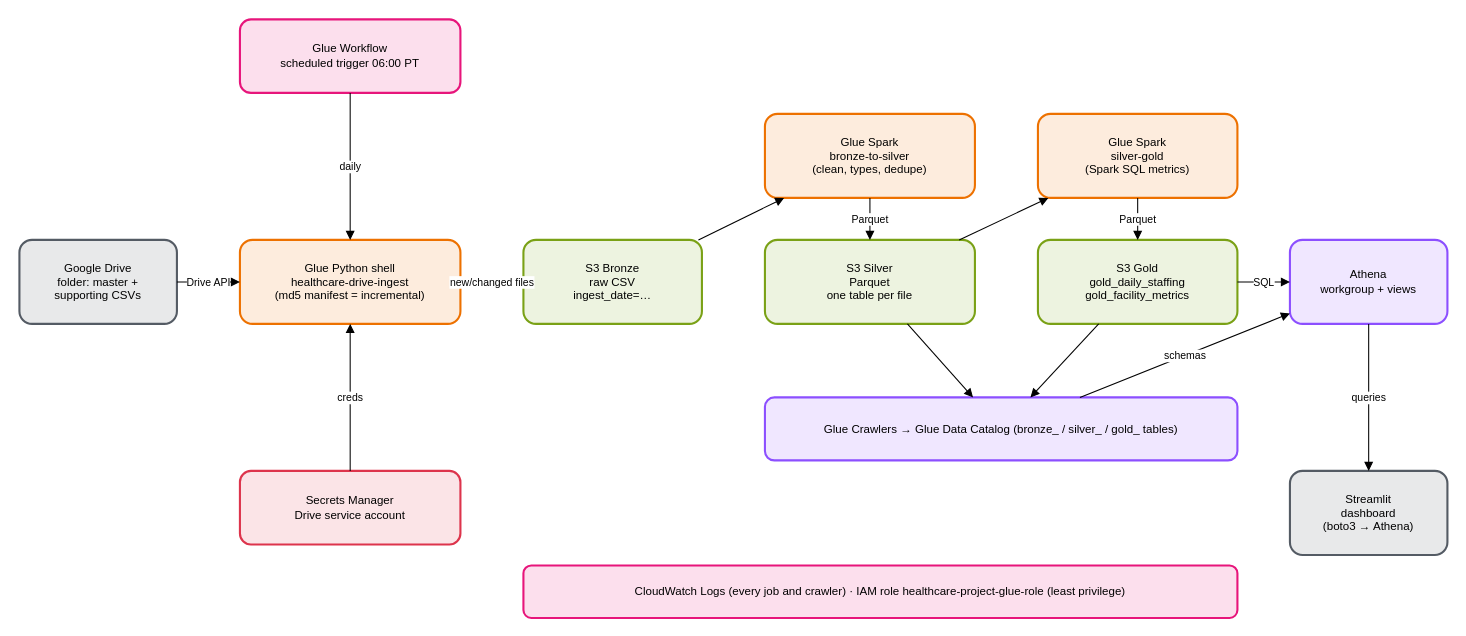
raidriarrandom/healthcare-metrics keeps this draw.io diagram as docs/architecture.drawio. Above is the earlier version. Source tidied: cells renumbered, new cells numbered last; positions are measured from the earlier drawing's top-left corner, leaving out a move shared by most shapes. Both pictures are drawn from the tidied source at 105%, with x=0, y=0 at pixel (19, 19).
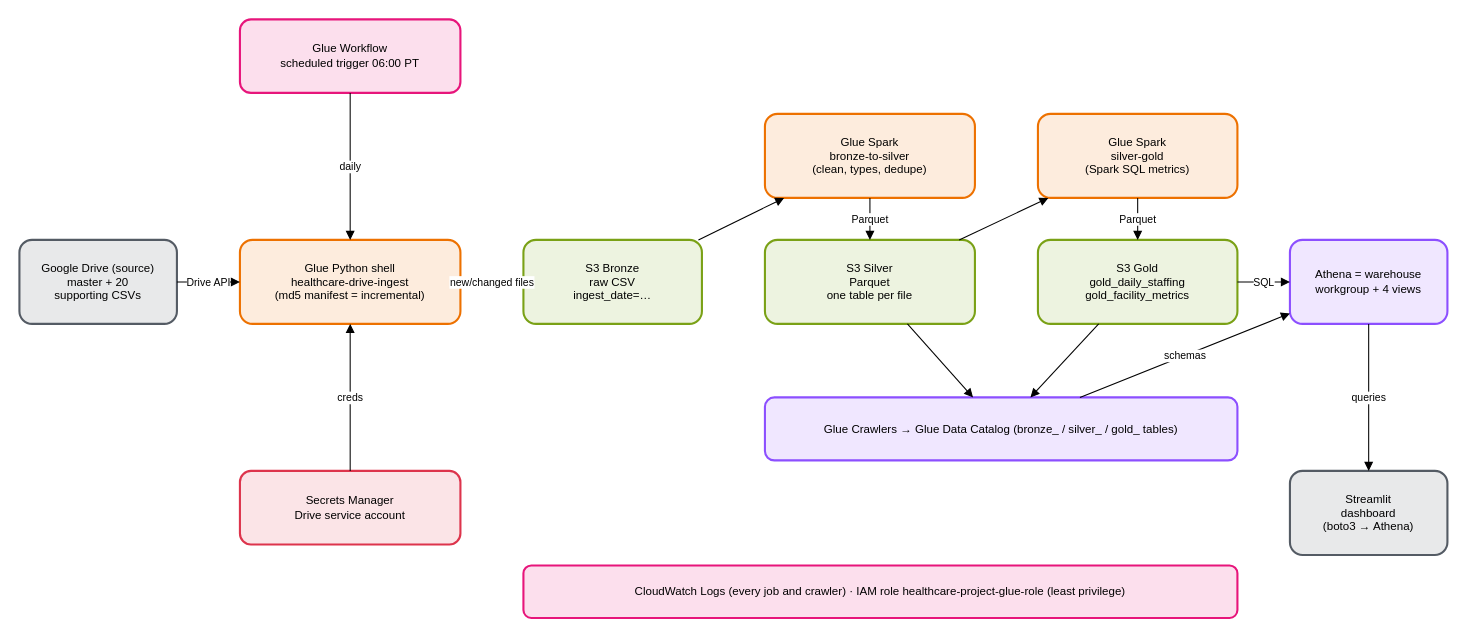
The same diagram, later.

Diff of the diagram source:
```diff
@@
-    <mxCell id="2" value="Google Drive&lt;br&gt;folder: master +&lt;br&gt;supporting CSVs" style="rounded=1;whiteSpace=wrap;html=1;fillColor=#545B6422;strokeColor=#545B64;strokeWidth=2;fontSize=11;" parent="1" vertex="1">
+    <mxCell id="2" value="Google Drive (source)&lt;br&gt;master + 20&lt;br&gt;supporting CSVs" style="rounded=1;whiteSpace=wrap;html=1;fillColor=#545B6422;strokeColor=#545B64;strokeWidth=2;fontSize=11;" parent="1" vertex="1">
       <mxGeometry y="210" width="150" height="80" as="geometry" />
     </mxCell>
@@
-    <mxCell id="12" value="Athena&lt;br&gt;workgroup + views" style="rounded=1;whiteSpace=wrap;html=1;fillColor=#8C4FFF22;strokeColor=#8C4FFF;strokeWidth=2;fontSize=11;" parent="1" vertex="1">
+    <mxCell id="12" value="Athena = warehouse&lt;br&gt;workgroup + 4 views" style="rounded=1;whiteSpace=wrap;html=1;fillColor=#8C4FFF22;strokeColor=#8C4FFF;strokeWidth=2;fontSize=11;" parent="1" vertex="1">
       <mxGeometry x="1210" y="210" width="150" height="80" as="geometry" />
     </mxCell>
```
